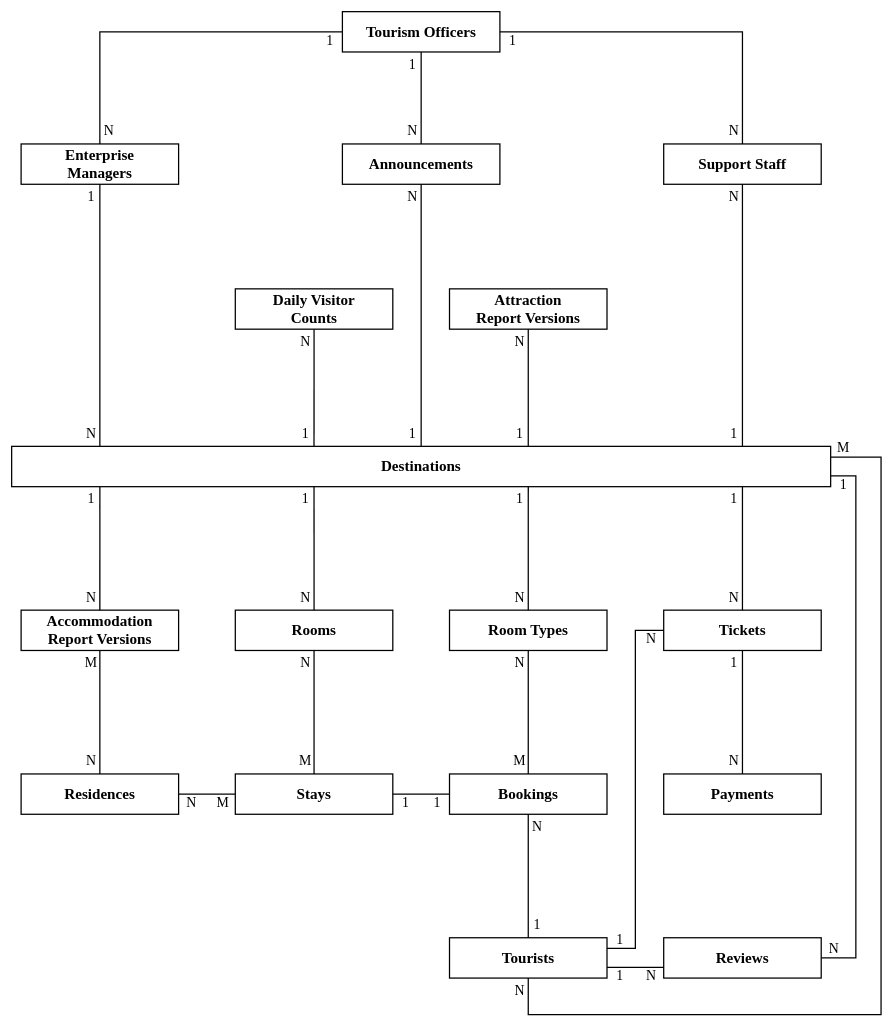
Before: docs/diagrams/ztims-erd.drawio in jefee0101/ZTIMS, a draw.io diagram. Source tidied: cells renumbered, new cells numbered last; positions are measured from the earlier drawing's top-left corner, leaving out a move shared by most shapes. Both pictures are drawn from the tidied source at 63%, with x=0, y=0 at pixel (11, 11).
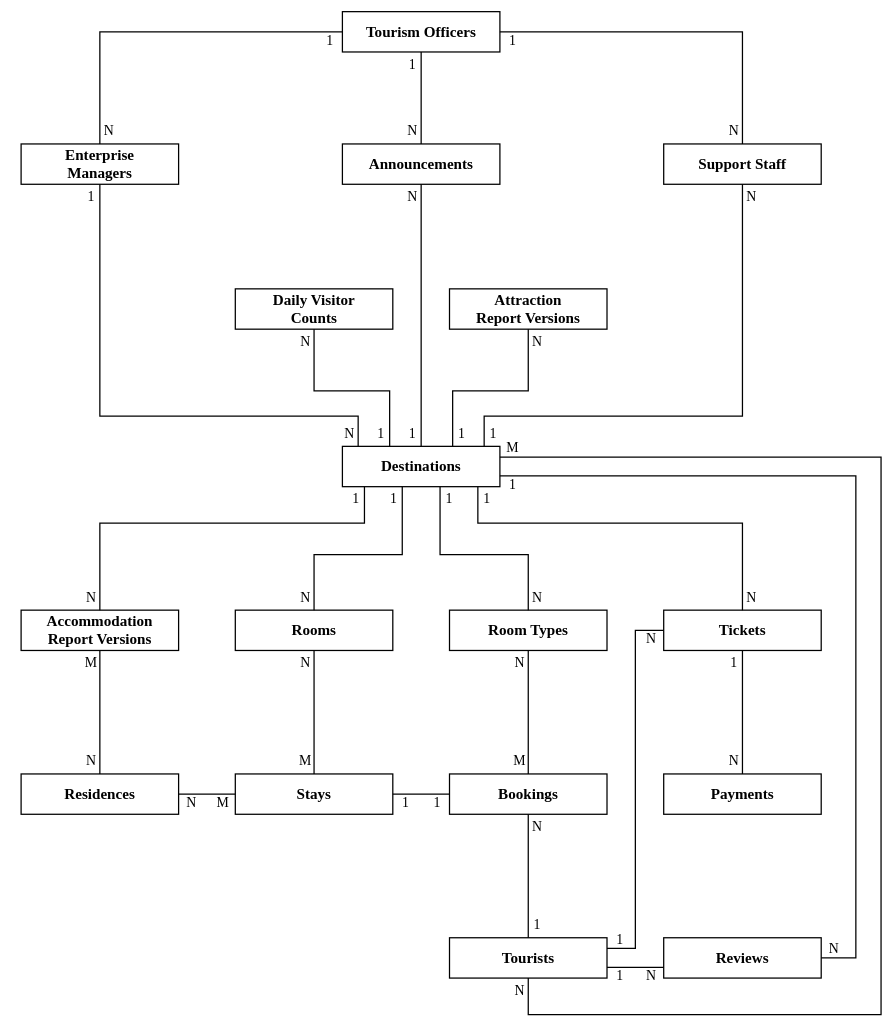
Above is the later version.

Commit message (it also covers changes not shown here):
Figures: theoretical framework (Agile → ZTIMS → ISO and TAM), ERD with even boxes, schema DBML from schema.sql

Unchanged cells that the change refers to:
```xml
<mxCell id="3" value="Enterprise&lt;br&gt;Managers" style="rounded=0;whiteSpace=wrap;html=1;fillColor=#ffffff;strokeColor=#000000;strokeWidth=2;fontColor=#000000;fontStyle=1;fontSize=24;fontFamily=Times New Roman;" parent="1" vertex="1">
  <mxGeometry x="15" y="210" width="250" height="64" as="geometry" />
</mxCell>
<mxCell id="4" value="Announcements" style="rounded=0;whiteSpace=wrap;html=1;fillColor=#ffffff;strokeColor=#000000;strokeWidth=2;fontColor=#000000;fontStyle=1;fontSize=24;fontFamily=Times New Roman;" parent="1" vertex="1">
  <mxGeometry x="525" y="210" width="250" height="64" as="geometry" />
</mxCell>
<mxCell id="5" value="Support Staff" style="rounded=0;whiteSpace=wrap;html=1;fillColor=#ffffff;strokeColor=#000000;strokeWidth=2;fontColor=#000000;fontStyle=1;fontSize=24;fontFamily=Times New Roman;" parent="1" vertex="1">
  <mxGeometry x="1035" y="210" width="250" height="64" as="geometry" />
</mxCell>
<mxCell id="6" value="Daily Visitor&lt;br&gt;Counts" style="rounded=0;whiteSpace=wrap;html=1;fillColor=#ffffff;strokeColor=#000000;strokeWidth=2;fontColor=#000000;fontStyle=1;fontSize=24;fontFamily=Times New Roman;" parent="1" vertex="1">
  <mxGeometry x="355" y="440" width="250" height="64" as="geometry" />
</mxCell>
<mxCell id="7" value="Attraction&lt;br&gt;Report Versions" style="rounded=0;whiteSpace=wrap;html=1;fillColor=#ffffff;strokeColor=#000000;strokeWidth=2;fontColor=#000000;fontStyle=1;fontSize=24;fontFamily=Times New Roman;" parent="1" vertex="1">
  <mxGeometry x="695" y="440" width="250" height="64" as="geometry" />
</mxCell>
<mxCell id="9" value="Accommodation&lt;br&gt;Report Versions" style="rounded=0;whiteSpace=wrap;html=1;fillColor=#ffffff;strokeColor=#000000;strokeWidth=2;fontColor=#000000;fontStyle=1;fontSize=24;fontFamily=Times New Roman;" parent="1" vertex="1">
  <mxGeometry x="15" y="950" width="250" height="64" as="geometry" />
</mxCell>
<mxCell id="10" value="Rooms" style="rounded=0;whiteSpace=wrap;html=1;fillColor=#ffffff;strokeColor=#000000;strokeWidth=2;fontColor=#000000;fontStyle=1;fontSize=24;fontFamily=Times New Roman;" parent="1" vertex="1">
  <mxGeometry x="355" y="950" width="250" height="64" as="geometry" />
</mxCell>
<mxCell id="11" value="Room Types" style="rounded=0;whiteSpace=wrap;html=1;fillColor=#ffffff;strokeColor=#000000;strokeWidth=2;fontColor=#000000;fontStyle=1;fontSize=24;fontFamily=Times New Roman;" parent="1" vertex="1">
  <mxGeometry x="695" y="950" width="250" height="64" as="geometry" />
</mxCell>
<mxCell id="12" value="Tickets" style="rounded=0;whiteSpace=wrap;html=1;fillColor=#ffffff;strokeColor=#000000;strokeWidth=2;fontColor=#000000;fontStyle=1;fontSize=24;fontFamily=Times New Roman;" parent="1" vertex="1">
  <mxGeometry x="1035" y="950" width="250" height="64" as="geometry" />
</mxCell>
```

Change to the diagram source:
```diff
@@
     <mxCell id="8" value="Destinations" style="rounded=0;whiteSpace=wrap;html=1;fillColor=#ffffff;strokeColor=#000000;strokeWidth=2;fontColor=#000000;fontStyle=1;fontSize=24;fontFamily=Times New Roman;" parent="1" vertex="1">
-      <mxGeometry y="690" width="1300" height="64" as="geometry" />
+      <mxGeometry x="525" y="690" width="250" height="64" as="geometry" />
     </mxCell>
@@
-    <mxCell id="28" style="edgeStyle=none;rounded=0;html=1;endArrow=none;startArrow=none;strokeColor=#000000;strokeWidth=2;exitX=0.5000;exitY=1.0000;exitPerimeter=0;entryX=0.1077;entryY=0.0000;entryPerimeter=0;" parent="1" edge="1" source="3" target="8">
-      <mxGeometry relative="1" as="geometry" />
+    <mxCell id="28" style="edgeStyle=none;rounded=0;html=1;endArrow=none;startArrow=none;strokeColor=#000000;strokeWidth=2;exitX=0.5000;exitY=1.0000;exitPerimeter=0;entryX=0.1000;entryY=0.0000;entryPerimeter=0;" parent="1" edge="1" source="3" target="8">
+      <mxGeometry relative="1" as="geometry">
+        <Array as="points">
+          <mxPoint x="140" y="642" />
+          <mxPoint x="550" y="642" />
+        </Array>
+      </mxGeometry>
     </mxCell>
@@
     <mxCell id="30" value="N" style="text;html=1;align=center;verticalAlign=middle;fontColor=#000000;fontSize=22;strokeColor=none;fillColor=none;fontFamily=Times New Roman;" parent="1" vertex="1">
-      <mxGeometry x="112" y="656" width="28" height="28" as="geometry" />
+      <mxGeometry x="522" y="656" width="28" height="28" as="geometry" />
     </mxCell>
-    <mxCell id="31" style="edgeStyle=none;rounded=0;html=1;endArrow=none;startArrow=none;strokeColor=#000000;strokeWidth=2;exitX=0.5000;exitY=1.0000;exitPerimeter=0;entryX=0.5000;entryY=0.0000;entryPerimeter=0;" parent="1" edge="1" source="4" target="8">
-      <mxGeometry relative="1" as="geometry" />
+    <mxCell id="31" style="edgeStyle=none;rounded=0;html=1;endArrow=none;startArrow=none;strokeColor=#000000;strokeWidth=2;exitX=0.5000;exitY=1.0000;exitPerimeter=0;entryX=0.3000;entryY=0.0000;entryPerimeter=0;" parent="1" edge="1" source="6" target="8">
+      <mxGeometry relative="1" as="geometry">
+        <Array as="points">
+          <mxPoint x="480" y="602" />
+          <mxPoint x="600" y="602" />
+        </Array>
+      </mxGeometry>
     </mxCell>
     <mxCell id="32" value="N" style="text;html=1;align=center;verticalAlign=middle;fontColor=#000000;fontSize=22;strokeColor=none;fillColor=none;fontFamily=Times New Roman;" parent="1" vertex="1">
-      <mxGeometry x="622" y="280" width="28" height="28" as="geometry" />
+      <mxGeometry x="452" y="510" width="28" height="28" as="geometry" />
     </mxCell>
     <mxCell id="33" value="1" style="text;html=1;align=center;verticalAlign=middle;fontColor=#000000;fontSize=22;strokeColor=none;fillColor=none;fontFamily=Times New Roman;" parent="1" vertex="1">
-      <mxGeometry x="622" y="656" width="28" height="28" as="geometry" />
+      <mxGeometry x="572" y="656" width="28" height="28" as="geometry" />
     </mxCell>
-    <mxCell id="34" style="edgeStyle=none;rounded=0;html=1;endArrow=none;startArrow=none;strokeColor=#000000;strokeWidth=2;exitX=0.5000;exitY=1.0000;exitPerimeter=0;entryX=0.8923;entryY=0.0000;entryPerimeter=0;" parent="1" edge="1" source="5" target="8">
+    <mxCell id="34" style="edgeStyle=none;rounded=0;html=1;endArrow=none;startArrow=none;strokeColor=#000000;strokeWidth=2;exitX=0.5000;exitY=1.0000;exitPerimeter=0;entryX=0.5000;entryY=0.0000;entryPerimeter=0;" parent="1" edge="1" source="4" target="8">
       <mxGeometry relative="1" as="geometry" />
     </mxCell>
     <mxCell id="35" value="N" style="text;html=1;align=center;verticalAlign=middle;fontColor=#000000;fontSize=22;strokeColor=none;fillColor=none;fontFamily=Times New Roman;" parent="1" vertex="1">
-      <mxGeometry x="1132" y="280" width="28" height="28" as="geometry" />
+      <mxGeometry x="622" y="280" width="28" height="28" as="geometry" />
     </mxCell>
     <mxCell id="36" value="1" style="text;html=1;align=center;verticalAlign=middle;fontColor=#000000;fontSize=22;strokeColor=none;fillColor=none;fontFamily=Times New Roman;" parent="1" vertex="1">
-      <mxGeometry x="1132" y="656" width="28" height="28" as="geometry" />
+      <mxGeometry x="622" y="656" width="28" height="28" as="geometry" />
     </mxCell>
-    <mxCell id="37" style="edgeStyle=none;rounded=0;html=1;endArrow=none;startArrow=none;strokeColor=#000000;strokeWidth=2;exitX=0.5000;exitY=1.0000;exitPerimeter=0;entryX=0.3692;entryY=0.0000;entryPerimeter=0;" parent="1" edge="1" source="6" target="8">
-      <mxGeometry relative="1" as="geometry" />
+    <mxCell id="37" style="edgeStyle=none;rounded=0;html=1;endArrow=none;startArrow=none;strokeColor=#000000;strokeWidth=2;exitX=0.5000;exitY=1.0000;exitPerimeter=0;entryX=0.7000;entryY=0.0000;entryPerimeter=0;" parent="1" edge="1" source="7" target="8">
+      <mxGeometry relative="1" as="geometry">
+        <Array as="points">
+          <mxPoint x="820" y="602" />
+          <mxPoint x="700" y="602" />
+        </Array>
+      </mxGeometry>
     </mxCell>
     <mxCell id="38" value="N" style="text;html=1;align=center;verticalAlign=middle;fontColor=#000000;fontSize=22;strokeColor=none;fillColor=none;fontFamily=Times New Roman;" parent="1" vertex="1">
-      <mxGeometry x="452" y="510" width="28" height="28" as="geometry" />
+      <mxGeometry x="820" y="510" width="28" height="28" as="geometry" />
     </mxCell>
     <mxCell id="39" value="1" style="text;html=1;align=center;verticalAlign=middle;fontColor=#000000;fontSize=22;strokeColor=none;fillColor=none;fontFamily=Times New Roman;" parent="1" vertex="1">
-      <mxGeometry x="452" y="656" width="28" height="28" as="geometry" />
+      <mxGeometry x="700" y="656" width="28" height="28" as="geometry" />
     </mxCell>
-    <mxCell id="40" style="edgeStyle=none;rounded=0;html=1;endArrow=none;startArrow=none;strokeColor=#000000;strokeWidth=2;exitX=0.5000;exitY=1.0000;exitPerimeter=0;entryX=0.6308;entryY=0.0000;entryPerimeter=0;" parent="1" edge="1" source="7" target="8">
-      <mxGeometry relative="1" as="geometry" />
+    <mxCell id="40" style="edgeStyle=none;rounded=0;html=1;endArrow=none;startArrow=none;strokeColor=#000000;strokeWidth=2;exitX=0.5000;exitY=1.0000;exitPerimeter=0;entryX=0.9000;entryY=0.0000;entryPerimeter=0;" parent="1" edge="1" source="5" target="8">
+      <mxGeometry relative="1" as="geometry">
+        <Array as="points">
+          <mxPoint x="1160" y="642" />
+          <mxPoint x="750" y="642" />
+        </Array>
+      </mxGeometry>
     </mxCell>
     <mxCell id="41" value="N" style="text;html=1;align=center;verticalAlign=middle;fontColor=#000000;fontSize=22;strokeColor=none;fillColor=none;fontFamily=Times New Roman;" parent="1" vertex="1">
-      <mxGeometry x="792" y="510" width="28" height="28" as="geometry" />
+      <mxGeometry x="1160" y="280" width="28" height="28" as="geometry" />
     </mxCell>
     <mxCell id="42" value="1" style="text;html=1;align=center;verticalAlign=middle;fontColor=#000000;fontSize=22;strokeColor=none;fillColor=none;fontFamily=Times New Roman;" parent="1" vertex="1">
-      <mxGeometry x="792" y="656" width="28" height="28" as="geometry" />
+      <mxGeometry x="750" y="656" width="28" height="28" as="geometry" />
     </mxCell>
-    <mxCell id="43" style="edgeStyle=none;rounded=0;html=1;endArrow=none;startArrow=none;strokeColor=#000000;strokeWidth=2;exitX=0.1077;exitY=1.0000;exitPerimeter=0;entryX=0.5000;entryY=0.0000;entryPerimeter=0;" parent="1" edge="1" source="8" target="9">
-      <mxGeometry relative="1" as="geometry" />
+    <mxCell id="43" style="edgeStyle=none;rounded=0;html=1;endArrow=none;startArrow=none;strokeColor=#000000;strokeWidth=2;exitX=0.1400;exitY=1.0000;exitPerimeter=0;entryX=0.5000;entryY=0.0000;entryPerimeter=0;" parent="1" edge="1" source="8" target="9">
+      <mxGeometry relative="1" as="geometry">
+        <Array as="points">
+          <mxPoint x="560" y="812" />
+          <mxPoint x="140" y="812" />
+        </Array>
+      </mxGeometry>
     </mxCell>
     <mxCell id="44" value="1" style="text;html=1;align=center;verticalAlign=middle;fontColor=#000000;fontSize=22;strokeColor=none;fillColor=none;fontFamily=Times New Roman;" parent="1" vertex="1">
-      <mxGeometry x="112" y="760" width="28" height="28" as="geometry" />
+      <mxGeometry x="532" y="760" width="28" height="28" as="geometry" />
     </mxCell>
@@
-    <mxCell id="46" style="edgeStyle=none;rounded=0;html=1;endArrow=none;startArrow=none;strokeColor=#000000;strokeWidth=2;exitX=0.3692;exitY=1.0000;exitPerimeter=0;entryX=0.5000;entryY=0.0000;entryPerimeter=0;" parent="1" edge="1" source="8" target="10">
-      <mxGeometry relative="1" as="geometry" />
+    <mxCell id="46" style="edgeStyle=none;rounded=0;html=1;endArrow=none;startArrow=none;strokeColor=#000000;strokeWidth=2;exitX=0.3800;exitY=1.0000;exitPerimeter=0;entryX=0.5000;entryY=0.0000;entryPerimeter=0;" parent="1" edge="1" source="8" target="10">
+      <mxGeometry relative="1" as="geometry">
+        <Array as="points">
+          <mxPoint x="620" y="862" />
+          <mxPoint x="480" y="862" />
+        </Array>
+      </mxGeometry>
     </mxCell>
     <mxCell id="47" value="1" style="text;html=1;align=center;verticalAlign=middle;fontColor=#000000;fontSize=22;strokeColor=none;fillColor=none;fontFamily=Times New Roman;" parent="1" vertex="1">
-      <mxGeometry x="452" y="760" width="28" height="28" as="geometry" />
+      <mxGeometry x="592" y="760" width="28" height="28" as="geometry" />
     </mxCell>
@@
-    <mxCell id="49" style="edgeStyle=none;rounded=0;html=1;endArrow=none;startArrow=none;strokeColor=#000000;strokeWidth=2;exitX=0.6308;exitY=1.0000;exitPerimeter=0;entryX=0.5000;entryY=0.0000;entryPerimeter=0;" parent="1" edge="1" source="8" target="11">
-      <mxGeometry relative="1" as="geometry" />
+    <mxCell id="49" style="edgeStyle=none;rounded=0;html=1;endArrow=none;startArrow=none;strokeColor=#000000;strokeWidth=2;exitX=0.6200;exitY=1.0000;exitPerimeter=0;entryX=0.5000;entryY=0.0000;entryPerimeter=0;" parent="1" edge="1" source="8" target="11">
+      <mxGeometry relative="1" as="geometry">
+        <Array as="points">
+          <mxPoint x="680" y="862" />
+          <mxPoint x="820" y="862" />
+        </Array>
+      </mxGeometry>
     </mxCell>
     <mxCell id="50" value="1" style="text;html=1;align=center;verticalAlign=middle;fontColor=#000000;fontSize=22;strokeColor=none;fillColor=none;fontFamily=Times New Roman;" parent="1" vertex="1">
-      <mxGeometry x="792" y="760" width="28" height="28" as="geometry" />
+      <mxGeometry x="680" y="760" width="28" height="28" as="geometry" />
     </mxCell>
     <mxCell id="51" value="N" style="text;html=1;align=center;verticalAlign=middle;fontColor=#000000;fontSize=22;strokeColor=none;fillColor=none;fontFamily=Times New Roman;" parent="1" vertex="1">
-      <mxGeometry x="792" y="916" width="28" height="28" as="geometry" />
+      <mxGeometry x="820" y="916" width="28" height="28" as="geometry" />
     </mxCell>
-    <mxCell id="52" style="edgeStyle=none;rounded=0;html=1;endArrow=none;startArrow=none;strokeColor=#000000;strokeWidth=2;exitX=0.8923;exitY=1.0000;exitPerimeter=0;entryX=0.5000;entryY=0.0000;entryPerimeter=0;" parent="1" edge="1" source="8" target="12">
-      <mxGeometry relative="1" as="geometry" />
+    <mxCell id="52" style="edgeStyle=none;rounded=0;html=1;endArrow=none;startArrow=none;strokeColor=#000000;strokeWidth=2;exitX=0.8600;exitY=1.0000;exitPerimeter=0;entryX=0.5000;entryY=0.0000;entryPerimeter=0;" parent="1" edge="1" source="8" target="12">
+      <mxGeometry relative="1" as="geometry">
+        <Array as="points">
+          <mxPoint x="740" y="812" />
+          <mxPoint x="1160" y="812" />
+        </Array>
+      </mxGeometry>
     </mxCell>
     <mxCell id="53" value="1" style="text;html=1;align=center;verticalAlign=middle;fontColor=#000000;fontSize=22;strokeColor=none;fillColor=none;fontFamily=Times New Roman;" parent="1" vertex="1">
-      <mxGeometry x="1132" y="760" width="28" height="28" as="geometry" />
+      <mxGeometry x="740" y="760" width="28" height="28" as="geometry" />
     </mxCell>
     <mxCell id="54" value="N" style="text;html=1;align=center;verticalAlign=middle;fontColor=#000000;fontSize=22;strokeColor=none;fillColor=none;fontFamily=Times New Roman;" parent="1" vertex="1">
-      <mxGeometry x="1132" y="916" width="28" height="28" as="geometry" />
+      <mxGeometry x="1160" y="916" width="28" height="28" as="geometry" />
     </mxCell>
@@
     <mxCell id="84" value="1" style="text;html=1;align=center;verticalAlign=middle;fontColor=#000000;fontSize=22;strokeColor=none;fillColor=none;fontFamily=Times New Roman;" parent="1" vertex="1">
-      <mxGeometry x="1306" y="737" width="28" height="28" as="geometry" />
+      <mxGeometry x="781" y="737" width="28" height="28" as="geometry" />
     </mxCell>
@@
     <mxCell id="87" value="M" style="text;html=1;align=center;verticalAlign=middle;fontColor=#000000;fontSize=22;strokeColor=none;fillColor=none;fontFamily=Times New Roman;" parent="1" vertex="1">
-      <mxGeometry x="1306" y="679" width="28" height="28" as="geometry" />
+      <mxGeometry x="781" y="679" width="28" height="28" as="geometry" />
     </mxCell>
```
